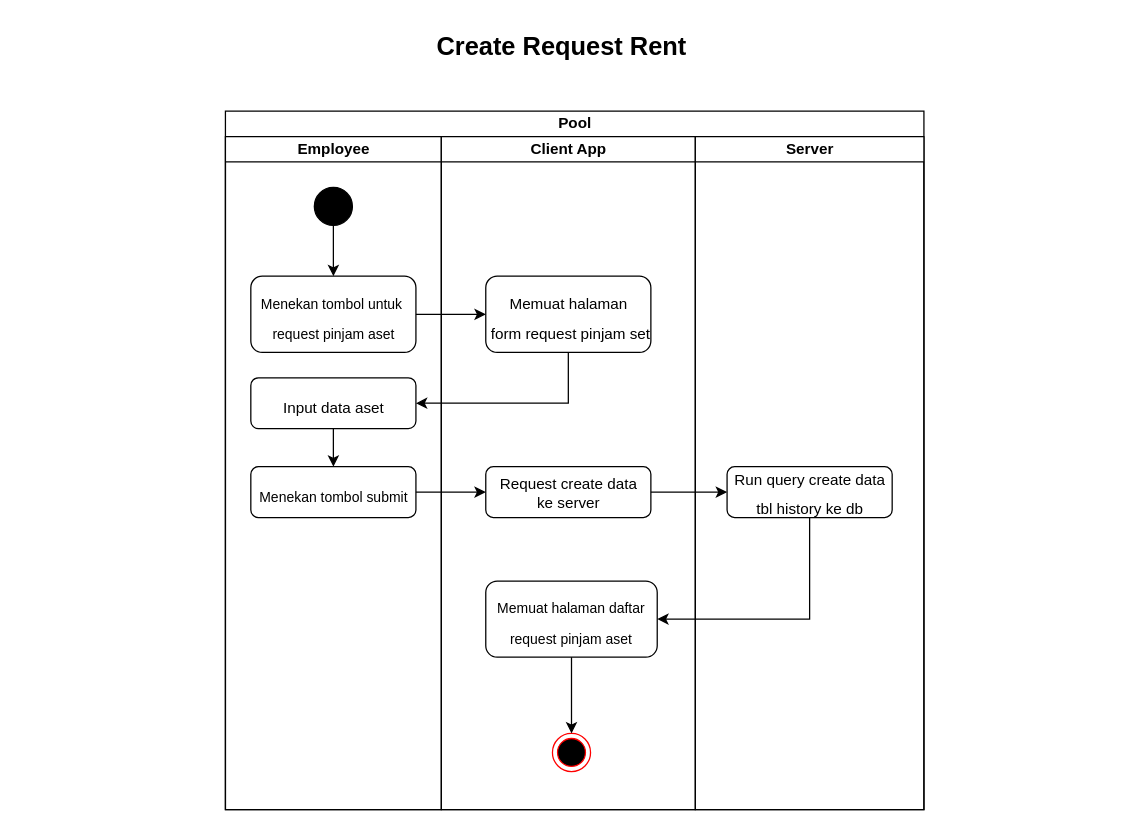
alifandartaa/BPMN-MCC72 keeps this draw.io diagram as page "AD-Request Rent" (3 of 7) of Untitled Diagram.drawio. Above is the earlier version. Source tidied: cells renumbered, new cells numbered last; positions are measured from the earlier drawing's top-left corner, leaving out a move shared by most shapes. Both pictures are drawn from the tidied source at 127%, with x=0, y=0 at pixel (22, 22).
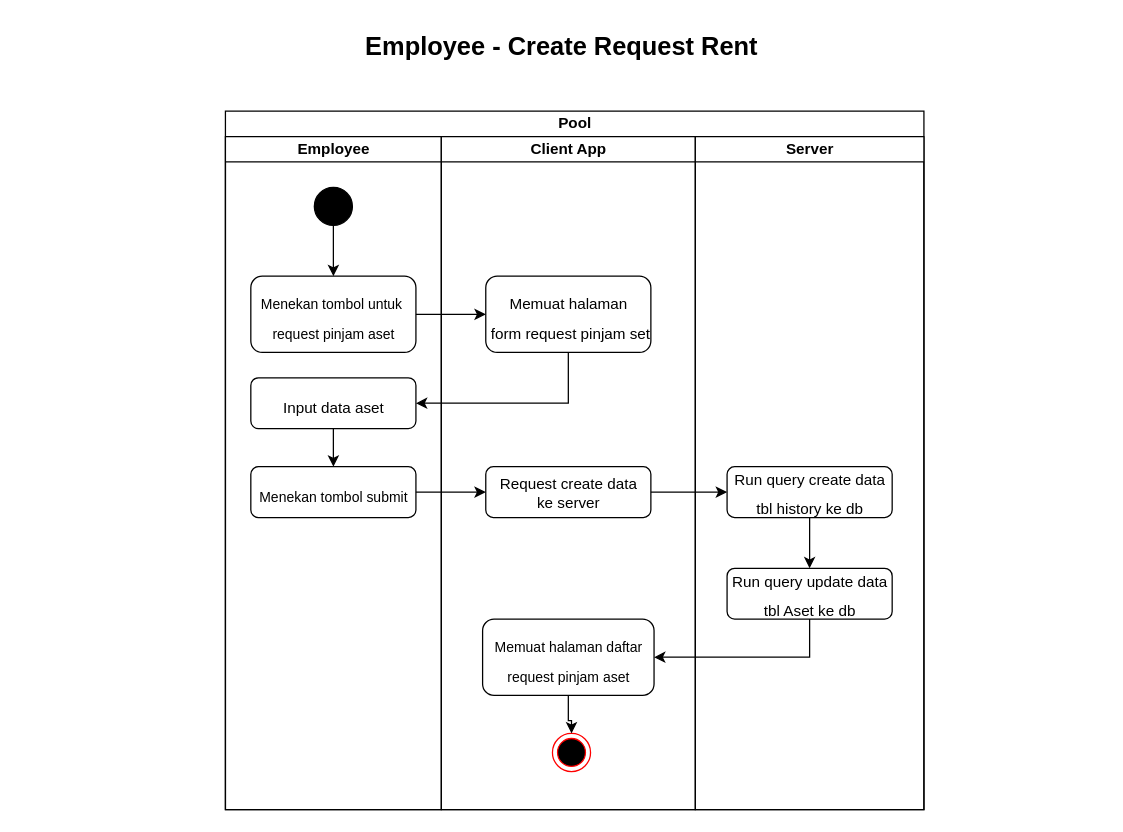
Above is the later version.

The change refers to these unchanged cells:
```xml
<mxCell id="2" value="Pool" style="swimlane;startSize=20;html=1;" parent="1" vertex="1">
  <mxGeometry x="160" y="70" width="550" height="550" as="geometry" />
</mxCell>
<mxCell id="10" value="Client App" style="swimlane;startSize=20;html=1;" parent="2" vertex="1">
  <mxGeometry x="170" y="20" width="200" height="530" as="geometry" />
</mxCell>
<mxCell id="16" value="Server" style="swimlane;startSize=20;html=1;" parent="2" vertex="1">
  <mxGeometry x="370" y="20" width="180" height="530" as="geometry" />
</mxCell>
<mxCell id="17" value="&lt;p style=&quot;line-height: 0%;&quot;&gt;&lt;font style=&quot;font-size: 12px;&quot;&gt;Run query create data&lt;/font&gt;&lt;/p&gt;&lt;p style=&quot;line-height: 0%;&quot;&gt;&lt;font style=&quot;font-size: 12px;&quot;&gt;tbl history ke db&lt;/font&gt;&lt;/p&gt;" style="html=1;dashed=0;whitespace=wrap;strokeColor=default;strokeWidth=1;fontSize=20;fillColor=#FFFFFF;rounded=1;" parent="16" vertex="1">
  <mxGeometry x="25" y="260" width="130" height="40" as="geometry" />
</mxCell>
```

The edit, as a diff of the source:
```diff
@@
     <mxCell id="13" value="&lt;font style=&quot;font-size: 11px;&quot;&gt;Memuat halaman daftar request pinjam aset&lt;/font&gt;" style="rounded=1;whiteSpace=wrap;html=1;fontSize=20;fillColor=#FFFFFF;dashed=0;strokeWidth=1;" parent="10" vertex="1">
-      <mxGeometry x="35" y="350" width="135" height="60" as="geometry" />
+      <mxGeometry x="32.5" y="380" width="135" height="60" as="geometry" />
     </mxCell>
@@
+    <mxCell id="24" style="edgeStyle=orthogonalEdgeStyle;rounded=0;jettySize=auto;html=1;entryX=0.5;entryY=0;entryDx=0;entryDy=0;" parent="16" edge="1" source="17" target="25">
+      <mxGeometry relative="1" as="geometry" />
+    </mxCell>
@@
+    <mxCell id="25" value="&lt;p style=&quot;line-height: 0%;&quot;&gt;&lt;font style=&quot;font-size: 12px;&quot;&gt;Run query update data&lt;/font&gt;&lt;/p&gt;&lt;p style=&quot;line-height: 0%;&quot;&gt;&lt;font style=&quot;font-size: 12px;&quot;&gt;tbl Aset ke db&lt;/font&gt;&lt;/p&gt;" style="html=1;dashed=0;whitespace=wrap;strokeColor=default;strokeWidth=1;fontSize=20;fillColor=#FFFFFF;rounded=1;" parent="16" vertex="1">
+      <mxGeometry x="25" y="340" width="130" height="40" as="geometry" />
+    </mxCell>
@@
-    <mxCell id="21" style="edgeStyle=orthogonalEdgeStyle;rounded=0;jumpStyle=arc;jettySize=auto;html=1;fontSize=11;" parent="2" edge="1" source="17" target="13">
-      <mxGeometry relative="1" as="geometry">
-        <Array as="points">
-          <mxPoint x="460" y="400" />
-        </Array>
-      </mxGeometry>
-    </mxCell>
@@
+    <mxCell id="26" style="edgeStyle=orthogonalEdgeStyle;rounded=0;jettySize=auto;html=1;entryX=1;entryY=0.5;entryDx=0;entryDy=0;" parent="2" edge="1" source="25" target="13">
+      <mxGeometry relative="1" as="geometry">
+        <Array as="points">
+          <mxPoint x="460" y="430" />
+        </Array>
+      </mxGeometry>
+    </mxCell>
-    <mxCell id="23" value="Create Request Rent" style="text;strokeColor=none;fillColor=none;spacingLeft=4;spacingRight=4;overflow=hidden;fontSize=20;fontStyle=1;align=center;" parent="1" vertex="1">
+    <mxCell id="23" value="Employee - Create Request Rent" style="text;strokeColor=none;fillColor=none;spacingLeft=4;spacingRight=4;overflow=hidden;fontSize=20;fontStyle=1;align=center;" parent="1" vertex="1">
       <mxGeometry width="850" height="50" as="geometry" />
     </mxCell>
```
